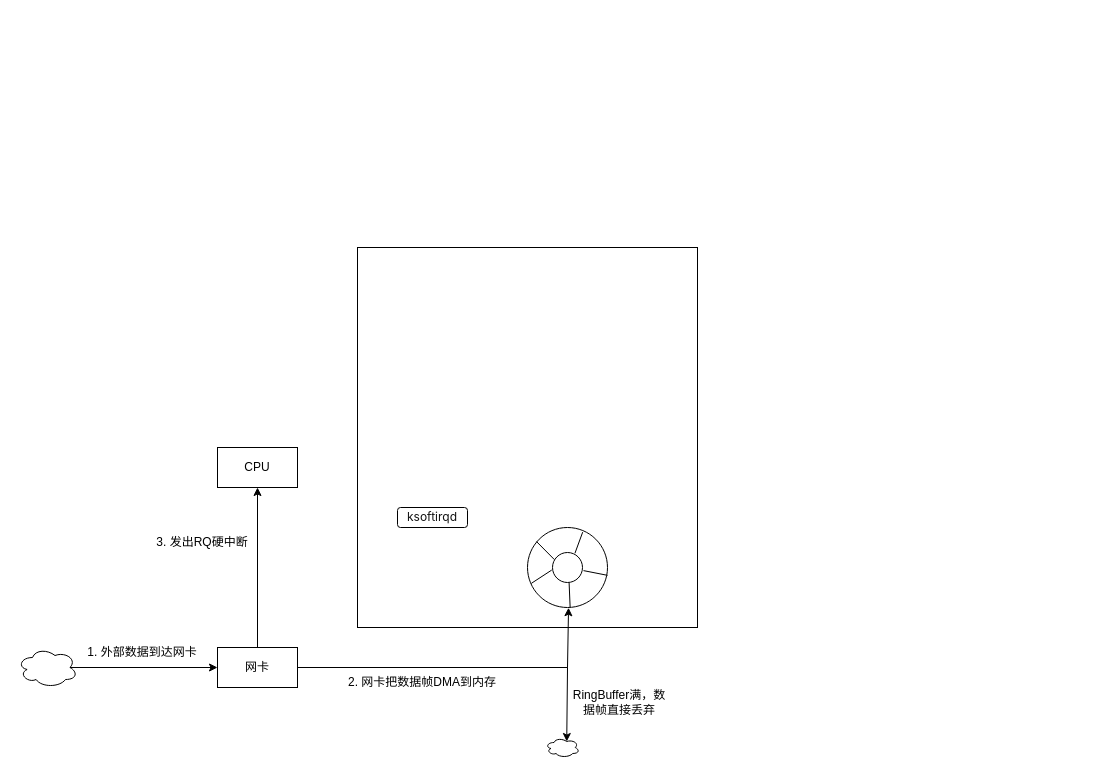
Before: 图解网络.drawio in JianHao-Chen/UML, a draw.io diagram. Source tidied: cells renumbered, new cells numbered last; positions are measured from the earlier drawing's top-left corner, leaving out a move shared by most shapes. Both pictures are drawn from the tidied source at 100%, with x=0, y=0 at pixel (17, 247).
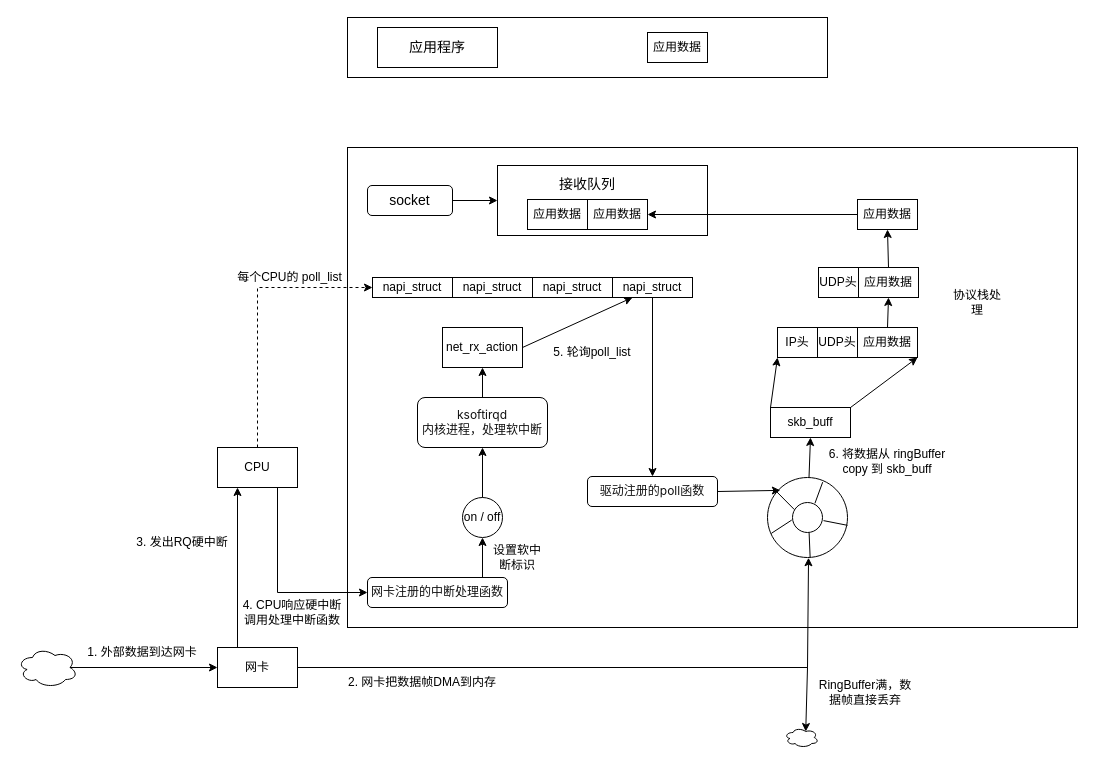
Above is the later version.

Commit message (it also covers changes not shown here):
更新图解网络.drawio

The change refers to these unchanged cells:
```xml
<mxCell id="2" value="网卡" style="rounded=0;whiteSpace=wrap;html=1;" parent="1" vertex="1">
  <mxGeometry x="200" y="400" width="80" height="40" as="geometry" />
</mxCell>
<mxCell id="4" value="CPU" style="rounded=0;whiteSpace=wrap;html=1;" parent="1" vertex="1">
  <mxGeometry x="200" y="200" width="80" height="40" as="geometry" />
</mxCell>
```

Diff of the diagram source:
```diff
@@
     <mxCell id="3" style="rounded=0;whiteSpace=wrap;html=1;" parent="1" vertex="1">
-      <mxGeometry x="340" width="340" height="380" as="geometry" />
+      <mxGeometry x="330" y="-100" width="730" height="480" as="geometry" />
     </mxCell>
@@
     <mxCell id="5" style="verticalLabelPosition=bottom;verticalAlign=top;html=1;shape=mxgraph.basic.donut;dx=25;" parent="1" vertex="1">
-      <mxGeometry x="510" y="280" width="80" height="80" as="geometry" />
+      <mxGeometry x="750" y="230" width="80" height="80" as="geometry" />
     </mxCell>
@@
     <mxCell id="14" style="endArrow=classic;html=1;rounded=0;exitX=1;exitY=0.5;exitDx=0;exitDy=0;entryX=0.513;entryY=1.003;entryDx=0;entryDy=0;entryPerimeter=0;" parent="1" edge="1" source="2" target="5">
       <mxGeometry relative="1" as="geometry">
         <Array as="points">
-          <mxPoint x="550" y="420" />
+          <mxPoint x="790" y="420" />
         </Array>
       </mxGeometry>
     </mxCell>
@@
-    <mxCell id="16" style="endArrow=classic;html=1;rounded=0;exitX=0.5;exitY=0;exitDx=0;exitDy=0;entryX=0.5;entryY=1;entryDx=0;entryDy=0;" parent="1" edge="1" source="2" target="4">
+    <mxCell id="16" style="endArrow=classic;html=1;rounded=0;exitX=0.25;exitY=0;exitDx=0;exitDy=0;entryX=0.25;entryY=1;entryDx=0;entryDy=0;" parent="1" edge="1" source="2" target="4">
       <mxGeometry relative="1" as="geometry" />
     </mxCell>
     <mxCell id="17" value="3. 发出RQ硬中断" style="text;html=1;strokeColor=none;fillColor=none;align=center;verticalAlign=middle;whiteSpace=wrap;rounded=0;" parent="1" vertex="1">
-      <mxGeometry x="130" y="280" width="110" height="30" as="geometry" />
+      <mxGeometry x="110" y="280" width="110" height="30" as="geometry" />
     </mxCell>
     <mxCell id="18" value="RingBuffer满，数据帧直接丢弃" style="text;html=1;strokeColor=none;fillColor=none;align=center;verticalAlign=middle;whiteSpace=wrap;rounded=0;" parent="1" vertex="1">
-      <mxGeometry x="554" y="440" width="96" height="30" as="geometry" />
+      <mxGeometry x="800" y="430" width="96" height="30" as="geometry" />
     </mxCell>
     <mxCell id="19" style="endArrow=classic;html=1;rounded=0;exitX=1;exitY=0.5;exitDx=0;exitDy=0;entryX=0.625;entryY=0.2;entryDx=0;entryDy=0;entryPerimeter=0;" parent="1" edge="1" source="2" target="20">
       <mxGeometry relative="1" as="geometry">
         <Array as="points">
-          <mxPoint x="550" y="420" />
+          <mxPoint x="790" y="420" />
         </Array>
       </mxGeometry>
     </mxCell>
     <mxCell id="20" style="ellipse;shape=cloud;whiteSpace=wrap;html=1;" parent="1" vertex="1">
-      <mxGeometry x="528" y="490" width="34" height="20" as="geometry" />
+      <mxGeometry x="767" y="480" width="34" height="20" as="geometry" />
     </mxCell>
-    <mxCell id="21" value="&lt;span style=&quot;color: rgb(18, 18, 18); font-family: -apple-system, BlinkMacSystemFont, &amp;quot;Helvetica Neue&amp;quot;, &amp;quot;PingFang SC&amp;quot;, &amp;quot;Microsoft YaHei&amp;quot;, &amp;quot;Source Han Sans SC&amp;quot;, &amp;quot;Noto Sans CJK SC&amp;quot;, &amp;quot;WenQuanYi Micro Hei&amp;quot;, sans-serif; text-align: start; background-color: rgb(255, 255, 255);&quot;&gt;&lt;font style=&quot;font-size: 12px;&quot;&gt;ksoftirqd&lt;/font&gt;&lt;/span&gt;" style="rounded=1;whiteSpace=wrap;html=1;" parent="1" vertex="1">
-      <mxGeometry x="380" y="260" width="70" height="20" as="geometry" />
+    <mxCell id="21" value="&lt;span style=&quot;color: rgb(18, 18, 18); font-family: -apple-system, BlinkMacSystemFont, &amp;quot;Helvetica Neue&amp;quot;, &amp;quot;PingFang SC&amp;quot;, &amp;quot;Microsoft YaHei&amp;quot;, &amp;quot;Source Han Sans SC&amp;quot;, &amp;quot;Noto Sans CJK SC&amp;quot;, &amp;quot;WenQuanYi Micro Hei&amp;quot;, sans-serif; text-align: start; background-color: rgb(255, 255, 255);&quot;&gt;&lt;font style=&quot;font-size: 12px;&quot;&gt;ksoftirqd&lt;br&gt;内核进程，处理软中断&lt;br&gt;&lt;/font&gt;&lt;/span&gt;" style="rounded=1;whiteSpace=wrap;html=1;" parent="1" vertex="1">
+      <mxGeometry x="400" y="150" width="130" height="50" as="geometry" />
     </mxCell>
+    <mxCell id="22" value="&lt;span style=&quot;color: rgb(18, 18, 18); font-family: -apple-system, BlinkMacSystemFont, &amp;quot;Helvetica Neue&amp;quot;, &amp;quot;PingFang SC&amp;quot;, &amp;quot;Microsoft YaHei&amp;quot;, &amp;quot;Source Han Sans SC&amp;quot;, &amp;quot;Noto Sans CJK SC&amp;quot;, &amp;quot;WenQuanYi Micro Hei&amp;quot;, sans-serif; text-align: start; background-color: rgb(255, 255, 255);&quot;&gt;&lt;font style=&quot;font-size: 12px;&quot;&gt;驱动注册的poll函数&lt;br&gt;&lt;/font&gt;&lt;/span&gt;" style="rounded=1;whiteSpace=wrap;html=1;" parent="1" vertex="1">
+      <mxGeometry x="570" y="229" width="130" height="30" as="geometry" />
+    </mxCell>
+    <mxCell id="23" value="&lt;span style=&quot;color: rgb(18, 18, 18); font-family: -apple-system, BlinkMacSystemFont, &amp;quot;Helvetica Neue&amp;quot;, &amp;quot;PingFang SC&amp;quot;, &amp;quot;Microsoft YaHei&amp;quot;, &amp;quot;Source Han Sans SC&amp;quot;, &amp;quot;Noto Sans CJK SC&amp;quot;, &amp;quot;WenQuanYi Micro Hei&amp;quot;, sans-serif; text-align: start; background-color: rgb(255, 255, 255);&quot;&gt;&lt;font style=&quot;font-size: 12px;&quot;&gt;网卡注册的中断处理函数&lt;br&gt;&lt;/font&gt;&lt;/span&gt;" style="rounded=1;whiteSpace=wrap;html=1;" parent="1" vertex="1">
+      <mxGeometry x="350" y="330" width="140" height="30" as="geometry" />
+    </mxCell>
+    <mxCell id="24" style="endArrow=classic;html=1;rounded=0;fontSize=12;exitX=0.75;exitY=1;exitDx=0;exitDy=0;entryX=0;entryY=0.5;entryDx=0;entryDy=0;" parent="1" edge="1" source="4" target="23">
+      <mxGeometry relative="1" as="geometry">
+        <Array as="points">
+          <mxPoint x="260" y="345" />
+        </Array>
+      </mxGeometry>
+    </mxCell>
+    <mxCell id="25" value="4. CPU响应硬中断&lt;br&gt;调用处理中断函数" style="text;html=1;strokeColor=none;fillColor=none;align=center;verticalAlign=middle;whiteSpace=wrap;rounded=0;" parent="1" vertex="1">
+      <mxGeometry x="220" y="350" width="110" height="30" as="geometry" />
+    </mxCell>
+    <mxCell id="26" value="on / off" style="ellipse;whiteSpace=wrap;html=1;fontSize=12;" parent="1" vertex="1">
+      <mxGeometry x="445" y="250" width="40" height="40" as="geometry" />
+    </mxCell>
+    <mxCell id="27" style="endArrow=classic;html=1;rounded=0;fontSize=12;entryX=0.5;entryY=1;entryDx=0;entryDy=0;" parent="1" edge="1" target="26">
+      <mxGeometry relative="1" as="geometry">
+        <mxPoint x="465" y="330" as="sourcePoint" />
+      </mxGeometry>
+    </mxCell>
+    <mxCell id="28" value="设置软中断标识" style="text;html=1;strokeColor=none;fillColor=none;align=center;verticalAlign=middle;whiteSpace=wrap;rounded=0;fontSize=12;" parent="1" vertex="1">
+      <mxGeometry x="470" y="295" width="60" height="30" as="geometry" />
+    </mxCell>
+    <mxCell id="29" style="endArrow=classic;html=1;rounded=0;fontSize=12;exitX=0.5;exitY=0;exitDx=0;exitDy=0;entryX=0.5;entryY=1;entryDx=0;entryDy=0;" parent="1" edge="1" source="26" target="21">
+      <mxGeometry relative="1" as="geometry" />
+    </mxCell>
+    <mxCell id="30" value="napi_struct" style="rounded=0;whiteSpace=wrap;html=1;fontSize=12;" parent="1" vertex="1">
+      <mxGeometry x="355" y="30" width="80" height="20" as="geometry" />
+    </mxCell>
+    <mxCell id="31" value="napi_struct" style="rounded=0;whiteSpace=wrap;html=1;fontSize=12;" parent="1" vertex="1">
+      <mxGeometry x="435" y="30" width="80" height="20" as="geometry" />
+    </mxCell>
+    <mxCell id="32" value="每个CPU的 poll_list" style="text;html=1;strokeColor=none;fillColor=none;align=center;verticalAlign=middle;whiteSpace=wrap;rounded=0;fontSize=12;" parent="1" vertex="1">
+      <mxGeometry x="215" y="20" width="115" height="20" as="geometry" />
+    </mxCell>
+    <mxCell id="33" value="napi_struct" style="rounded=0;whiteSpace=wrap;html=1;fontSize=12;" parent="1" vertex="1">
+      <mxGeometry x="515" y="30" width="80" height="20" as="geometry" />
+    </mxCell>
+    <mxCell id="34" value="net_rx_action" style="rounded=0;whiteSpace=wrap;html=1;fontSize=12;" parent="1" vertex="1">
+      <mxGeometry x="425" y="80" width="80" height="40" as="geometry" />
+    </mxCell>
+    <mxCell id="35" style="endArrow=classic;html=1;rounded=0;fontSize=12;exitX=0.5;exitY=0;exitDx=0;exitDy=0;entryX=0.5;entryY=1;entryDx=0;entryDy=0;" parent="1" edge="1" source="21" target="34">
+      <mxGeometry relative="1" as="geometry" />
+    </mxCell>
+    <mxCell id="36" value="napi_struct" style="rounded=0;whiteSpace=wrap;html=1;fontSize=12;" parent="1" vertex="1">
+      <mxGeometry x="595" y="30" width="80" height="20" as="geometry" />
+    </mxCell>
+    <mxCell id="37" style="endArrow=classic;html=1;rounded=0;fontSize=12;exitX=0.5;exitY=0;exitDx=0;exitDy=0;entryX=0;entryY=0.5;entryDx=0;entryDy=0;dashed=1;" parent="1" edge="1" source="4" target="30">
+      <mxGeometry relative="1" as="geometry">
+        <Array as="points">
+          <mxPoint x="240" y="40" />
+        </Array>
+      </mxGeometry>
+    </mxCell>
+    <mxCell id="38" style="endArrow=classic;html=1;rounded=0;fontSize=12;exitX=1;exitY=0.5;exitDx=0;exitDy=0;entryX=0.25;entryY=1;entryDx=0;entryDy=0;" parent="1" edge="1" source="34" target="36">
+      <mxGeometry relative="1" as="geometry" />
+    </mxCell>
+    <mxCell id="39" style="endArrow=classic;html=1;rounded=0;fontSize=12;exitX=0.5;exitY=1;exitDx=0;exitDy=0;entryX=0.5;entryY=0;entryDx=0;entryDy=0;" parent="1" edge="1" source="36" target="22">
+      <mxGeometry relative="1" as="geometry" />
+    </mxCell>
+    <mxCell id="40" value="skb_buff" style="rounded=0;whiteSpace=wrap;html=1;fontSize=12;" parent="1" vertex="1">
+      <mxGeometry x="753" y="160" width="80" height="30" as="geometry" />
+    </mxCell>
+    <mxCell id="41" style="endArrow=classic;html=1;rounded=0;fontSize=12;exitX=1;exitY=0.5;exitDx=0;exitDy=0;entryX=0.161;entryY=0.161;entryDx=0;entryDy=0;entryPerimeter=0;" parent="1" edge="1" source="22" target="5">
+      <mxGeometry relative="1" as="geometry" />
+    </mxCell>
+    <mxCell id="42" style="endArrow=classic;html=1;rounded=0;fontSize=12;entryX=0.5;entryY=1;entryDx=0;entryDy=0;" parent="1" edge="1" source="5" target="40">
+      <mxGeometry relative="1" as="geometry" />
+    </mxCell>
+    <mxCell id="43" value="IP头" style="rounded=0;whiteSpace=wrap;html=1;fontSize=12;" parent="1" vertex="1">
+      <mxGeometry x="760" y="80" width="40" height="30" as="geometry" />
+    </mxCell>
+    <mxCell id="44" value="UDP头" style="rounded=0;whiteSpace=wrap;html=1;fontSize=12;" parent="1" vertex="1">
+      <mxGeometry x="800" y="80" width="40" height="30" as="geometry" />
+    </mxCell>
+    <mxCell id="45" value="应用数据" style="rounded=0;whiteSpace=wrap;html=1;fontSize=12;" parent="1" vertex="1">
+      <mxGeometry x="840" y="80" width="60" height="30" as="geometry" />
+    </mxCell>
+    <mxCell id="46" value="UDP头" style="rounded=0;whiteSpace=wrap;html=1;fontSize=12;" parent="1" vertex="1">
+      <mxGeometry x="801" y="20" width="40" height="30" as="geometry" />
+    </mxCell>
+    <mxCell id="47" value="应用数据" style="rounded=0;whiteSpace=wrap;html=1;fontSize=12;" parent="1" vertex="1">
+      <mxGeometry x="841" y="20" width="60" height="30" as="geometry" />
+    </mxCell>
+    <mxCell id="48" value="应用数据" style="rounded=0;whiteSpace=wrap;html=1;fontSize=12;" parent="1" vertex="1">
+      <mxGeometry x="840" y="-48" width="60" height="30" as="geometry" />
+    </mxCell>
+    <mxCell id="49" style="endArrow=classic;html=1;rounded=0;fontSize=12;exitX=1;exitY=0;exitDx=0;exitDy=0;entryX=1;entryY=1;entryDx=0;entryDy=0;" parent="1" edge="1" source="40" target="45">
+      <mxGeometry relative="1" as="geometry" />
+    </mxCell>
+    <mxCell id="50" style="endArrow=classic;html=1;rounded=0;fontSize=12;exitX=0;exitY=0;exitDx=0;exitDy=0;entryX=0;entryY=1;entryDx=0;entryDy=0;" parent="1" edge="1" source="40" target="43">
+      <mxGeometry relative="1" as="geometry" />
+    </mxCell>
+    <mxCell id="51" value="协议栈处理" style="text;html=1;strokeColor=none;fillColor=none;align=center;verticalAlign=middle;whiteSpace=wrap;rounded=0;fontSize=12;" parent="1" vertex="1">
+      <mxGeometry x="930" y="40" width="60" height="30" as="geometry" />
+    </mxCell>
+    <mxCell id="52" style="endArrow=classic;html=1;rounded=0;fontSize=12;exitX=0.5;exitY=0;exitDx=0;exitDy=0;entryX=0.5;entryY=1;entryDx=0;entryDy=0;" parent="1" edge="1" source="45" target="47">
+      <mxGeometry relative="1" as="geometry" />
+    </mxCell>
+    <mxCell id="53" style="endArrow=classic;html=1;rounded=0;fontSize=12;exitX=0.5;exitY=0;exitDx=0;exitDy=0;entryX=0.5;entryY=1;entryDx=0;entryDy=0;" parent="1" edge="1" source="47" target="48">
+      <mxGeometry relative="1" as="geometry" />
+    </mxCell>
+    <mxCell id="54" style="rounded=0;whiteSpace=wrap;html=1;fontSize=12;" parent="1" vertex="1">
+      <mxGeometry x="480" y="-82" width="210" height="70" as="geometry" />
+    </mxCell>
+    <mxCell id="55" value="&lt;font style=&quot;font-size: 14px;&quot;&gt;socket&lt;/font&gt;" style="rounded=1;whiteSpace=wrap;html=1;fontSize=12;" parent="1" vertex="1">
+      <mxGeometry x="350" y="-62" width="85" height="30" as="geometry" />
+    </mxCell>
+    <mxCell id="56" value="接收队列" style="text;html=1;strokeColor=none;fillColor=none;align=center;verticalAlign=middle;whiteSpace=wrap;rounded=0;fontSize=14;" parent="1" vertex="1">
+      <mxGeometry x="540" y="-78" width="60" height="30" as="geometry" />
+    </mxCell>
+    <mxCell id="57" value="应用数据" style="rounded=0;whiteSpace=wrap;html=1;fontSize=12;" parent="1" vertex="1">
+      <mxGeometry x="510" y="-48" width="60" height="30" as="geometry" />
+    </mxCell>
+    <mxCell id="58" value="应用数据" style="rounded=0;whiteSpace=wrap;html=1;fontSize=12;" parent="1" vertex="1">
+      <mxGeometry x="570" y="-48" width="60" height="30" as="geometry" />
+    </mxCell>
+    <mxCell id="59" style="endArrow=classic;html=1;rounded=0;fontSize=14;exitX=1;exitY=0.5;exitDx=0;exitDy=0;entryX=0;entryY=0.5;entryDx=0;entryDy=0;" parent="1" edge="1" source="55" target="54">
+      <mxGeometry relative="1" as="geometry" />
+    </mxCell>
+    <mxCell id="60" style="endArrow=classic;html=1;rounded=0;fontSize=14;exitX=0;exitY=0.5;exitDx=0;exitDy=0;entryX=1;entryY=0.5;entryDx=0;entryDy=0;" parent="1" edge="1" source="48" target="58">
+      <mxGeometry relative="1" as="geometry" />
+    </mxCell>
+    <mxCell id="61" style="rounded=0;whiteSpace=wrap;html=1;fontSize=14;" parent="1" vertex="1">
+      <mxGeometry x="330" y="-230" width="480" height="60" as="geometry" />
+    </mxCell>
+    <mxCell id="62" value="应用数据" style="rounded=0;whiteSpace=wrap;html=1;fontSize=12;" parent="1" vertex="1">
+      <mxGeometry x="630" y="-215" width="60" height="30" as="geometry" />
+    </mxCell>
+    <mxCell id="63" value="应用程序" style="rounded=0;whiteSpace=wrap;html=1;fontSize=14;" parent="1" vertex="1">
+      <mxGeometry x="360" y="-220" width="120" height="40" as="geometry" />
+    </mxCell>
+    <mxCell id="64" value="5. 轮询poll_list" style="text;html=1;strokeColor=none;fillColor=none;align=center;verticalAlign=middle;whiteSpace=wrap;rounded=0;" parent="1" vertex="1">
+      <mxGeometry x="520" y="90" width="110" height="30" as="geometry" />
+    </mxCell>
+    <mxCell id="65" value="6. 将数据从 ringBuffer &lt;br&gt;copy 到 skb_buff" style="text;html=1;strokeColor=none;fillColor=none;align=center;verticalAlign=middle;whiteSpace=wrap;rounded=0;" parent="1" vertex="1">
+      <mxGeometry x="800" y="199" width="140" height="30" as="geometry" />
+    </mxCell>
```
